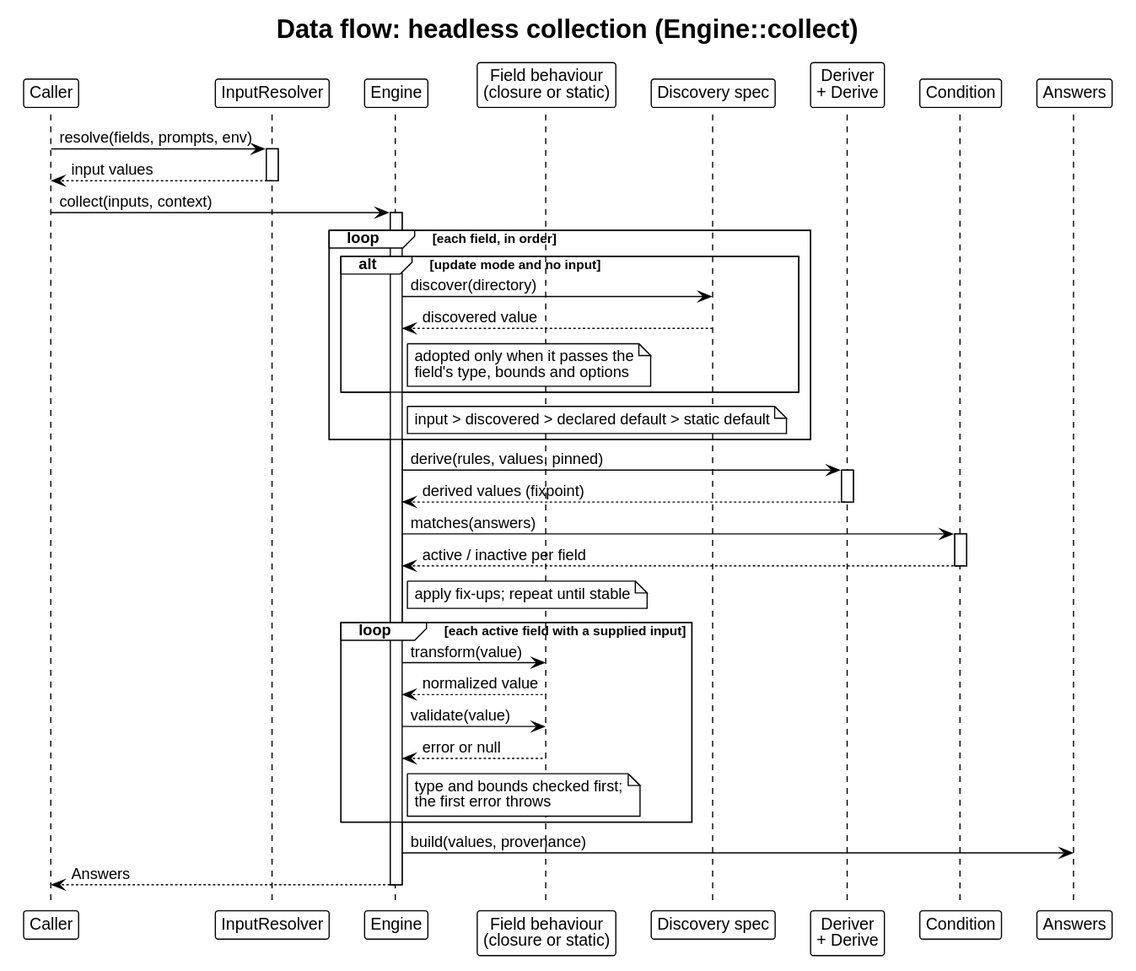
The PlantUML diagram docs/architecture/dataflow-collect.svg in drevops/tui, before a commit.
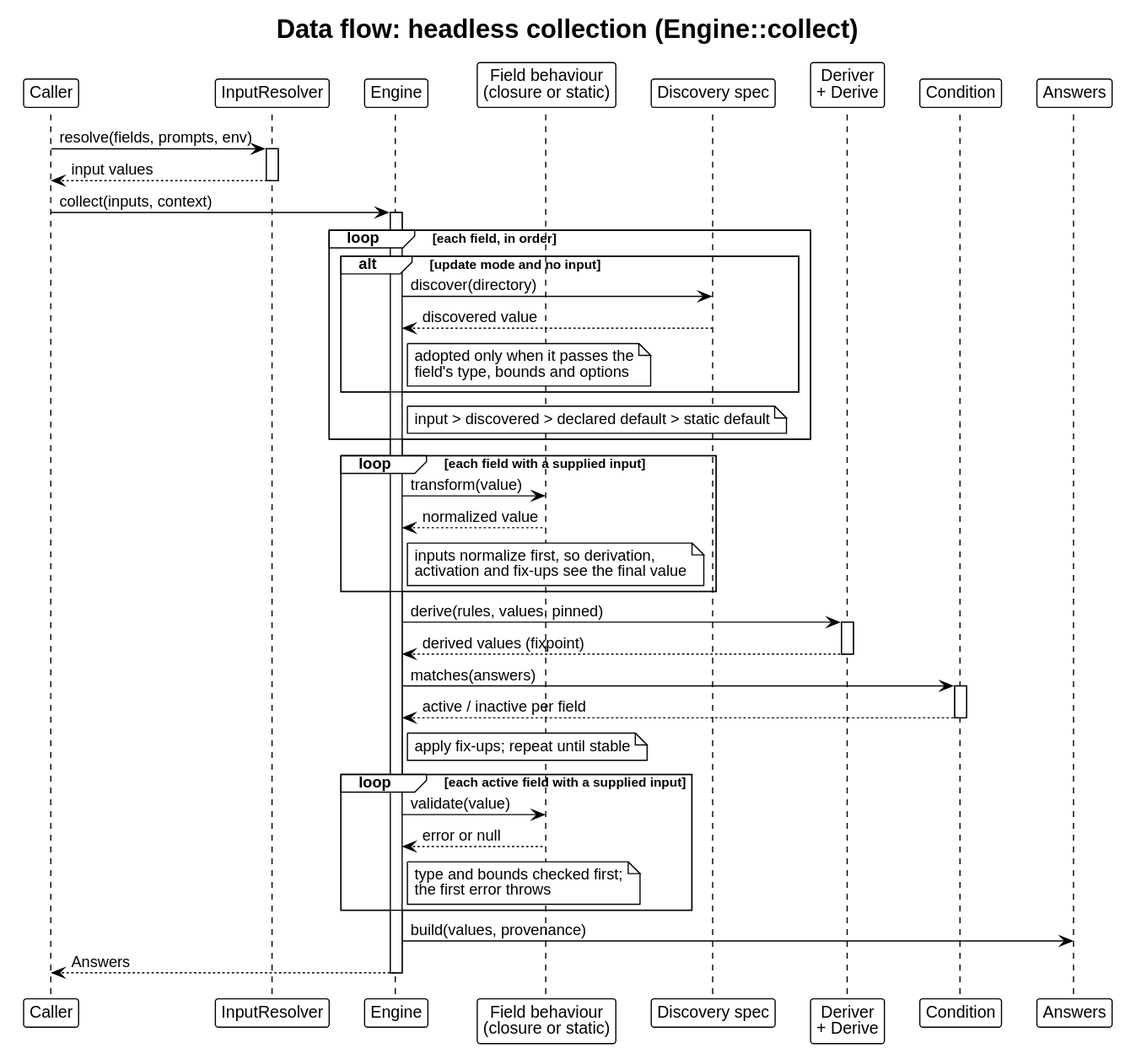
After the change.

Diff of the diagram source:
```diff
@@ -31,6 +31,12 @@
   note right of Eng: input > discovered > declared default > static default
 end
 
+loop each field with a supplied input
+  Eng -> B: transform(value)
+  B --> Eng: normalized value
+  note right of Eng: inputs normalize first, so derivation,\nactivation and fix-ups see the final value
+end
+
 Eng -> Der: derive(rules, values, pinned)
 activate Der
 Der --> Eng: derived values (fixpoint)
@@ -42,8 +48,6 @@
 note right of Eng: apply fix-ups; repeat until stable
 
 loop each active field with a supplied input
-  Eng -> B: transform(value)
-  B --> Eng: normalized value
   Eng -> B: validate(value)
   B --> Eng: error or null
   note right of Eng: type and bounds checked first;\nthe first error throws
```
